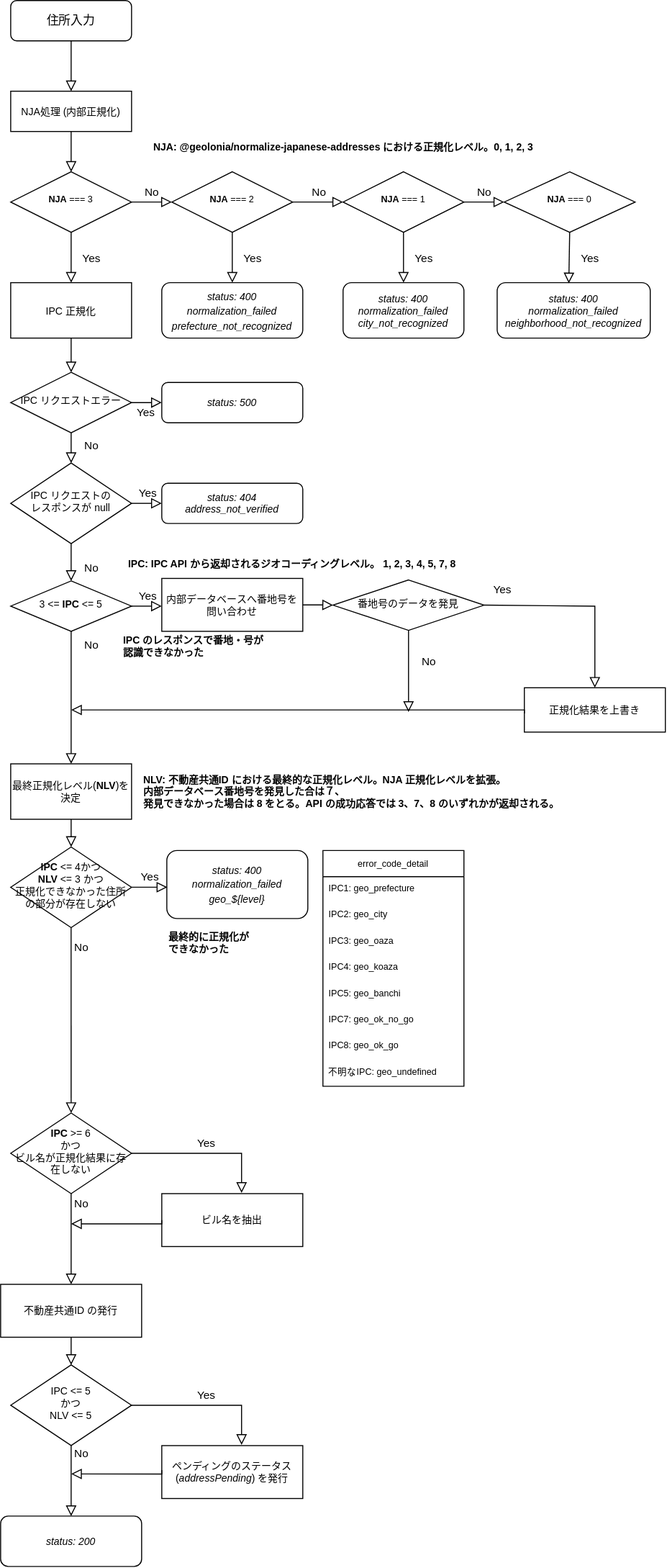
Above: docs/id-issuance-flow.svg in geolonia/prop-id-api (draw.io), before the change. Source tidied: cells renumbered, new cells last; positions are measured from the earlier drawing's top-left corner, leaving out a move shared by most shapes.
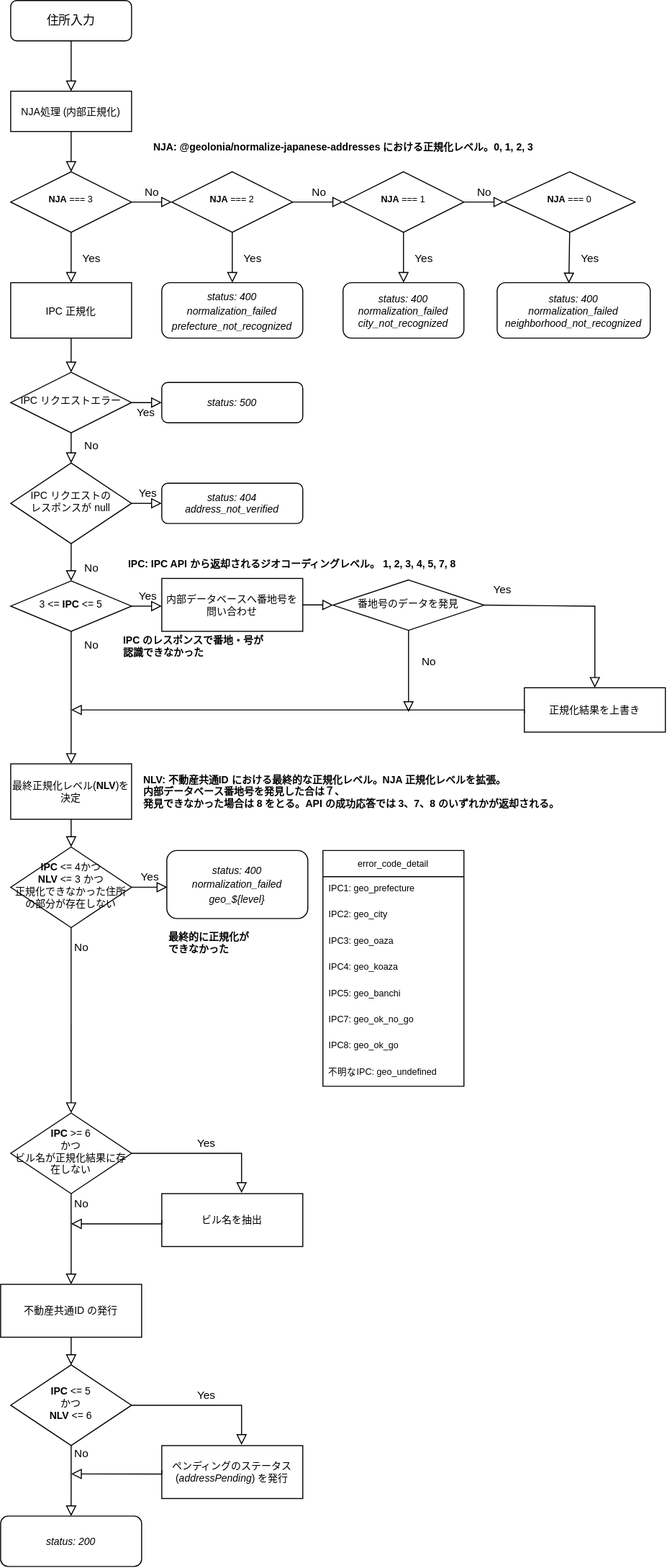
Later version of the same file.

The edit, as a diff of the source:
```diff
@@ -232,7 +232,7 @@
     <mxCell id="61" value="不動産共通ID の発行" style="rounded=0;whiteSpace=wrap;html=1;fontSize=10;" parent="1" vertex="1">
       <mxGeometry y="1274" width="140" height="52.5" as="geometry" />
     </mxCell>
-    <mxCell id="62" value="IPC &amp;lt;= 5&lt;br&gt;かつ&lt;br&gt;NLV &amp;lt;= 5" style="rhombus;whiteSpace=wrap;html=1;shadow=0;fontFamily=Helvetica;fontSize=10;align=center;strokeWidth=1;spacing=6;spacingTop=-4;" parent="1" vertex="1">
+    <mxCell id="62" value="&lt;b&gt;IPC&lt;/b&gt; &amp;lt;= 5&lt;br&gt;かつ&lt;br&gt;&lt;b&gt;NLV&lt;/b&gt; &amp;lt;= 6" style="rhombus;whiteSpace=wrap;html=1;shadow=0;fontFamily=Helvetica;fontSize=10;align=center;strokeWidth=1;spacing=6;spacingTop=-4;" parent="1" vertex="1">
       <mxGeometry x="10" y="1354" width="120" height="80" as="geometry" />
     </mxCell>
     <mxCell id="63" style="rounded=0;html=1;jettySize=auto;fontSize=11;endArrow=block;endFill=0;endSize=8;strokeWidth=1;shadow=0;labelBackgroundColor=none;edgeStyle=orthogonalEdgeStyle;entryX=0.5;entryY=0;entryDx=0;entryDy=0;exitX=0.5;exitY=1;exitDx=0;exitDy=0;" parent="1" edge="1" source="61" target="62">
```
